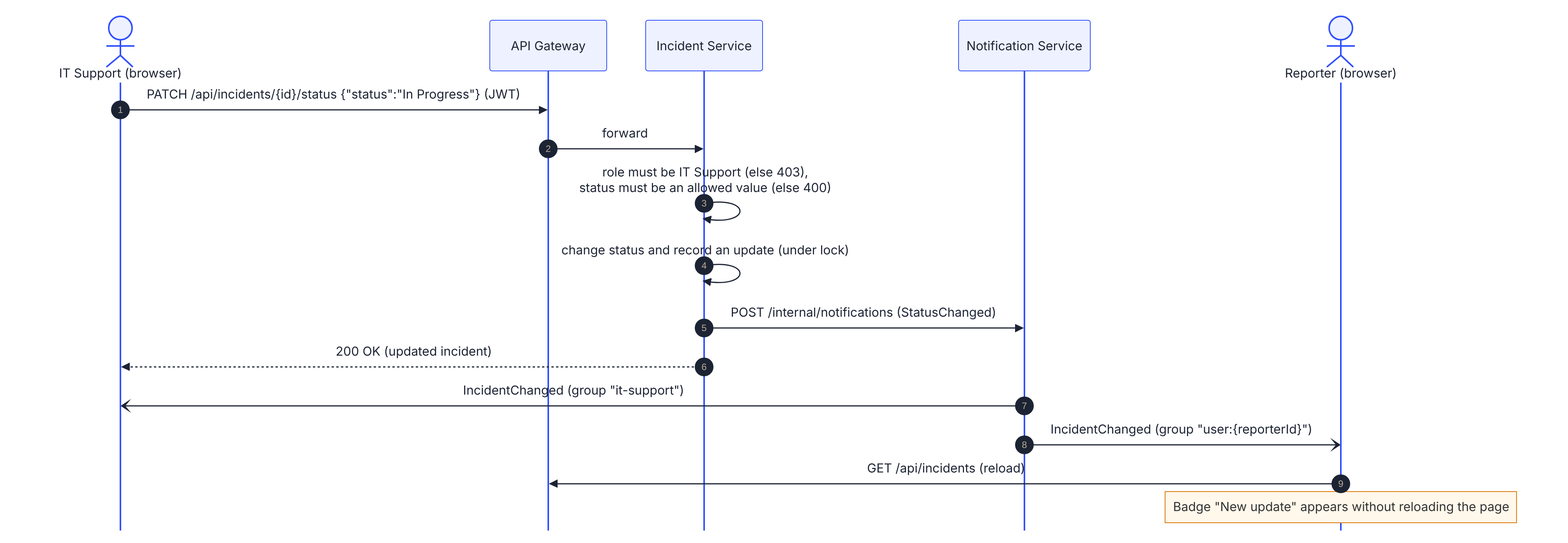
The Mermaid diagram project/docs/diagrams/09-status-change-sequence.png in merictopal/incident-management-system, before a commit. Its source is kept beside it as project/docs/diagrams/09-status-change-sequence.mmd.
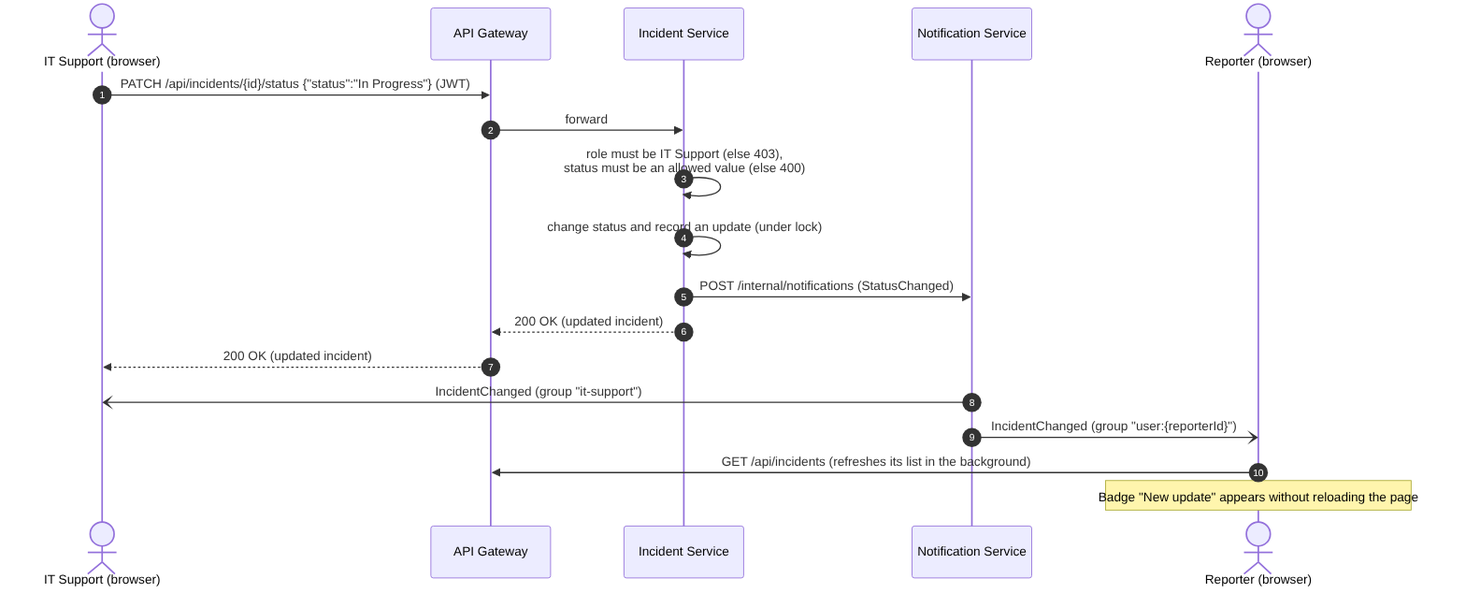
Later version of the same file.

The edit, as a diff of the source:
```diff
@@ -11,8 +11,9 @@
     I->>I: role must be IT Support (else 403),<br/>status must be an allowed value (else 400)
     I->>I: change status and record an update (under lock)
     I->>N: POST /internal/notifications (StatusChanged)
-    I-->>IT: 200 OK (updated incident)
+    I-->>G: 200 OK (updated incident)
+    G-->>IT: 200 OK (updated incident)
     N-)IT: IncidentChanged (group "it-support")
     N-)E: IncidentChanged (group "user:{reporterId}")
-    E->>G: GET /api/incidents (reload)
+    E->>G: GET /api/incidents (refreshes its list in the background)
     Note over E: Badge "New update" appears without reloading the page
```
